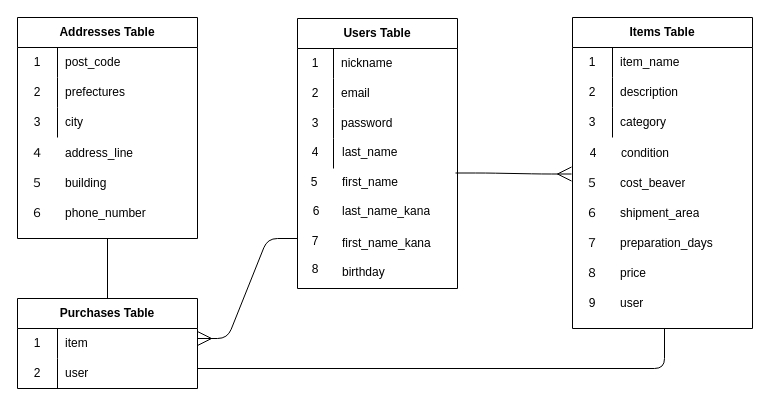
This is furima.dio from s88-y-uthishima/furima-32038, a draw.io file, before an edit. Source tidied: cells renumbered, new cells numbered last; positions are measured from the earlier drawing's top-left corner, leaving out a move shared by most shapes. Both pictures are drawn from the tidied source at 100%, with x=0, y=0 at pixel (17, 17).
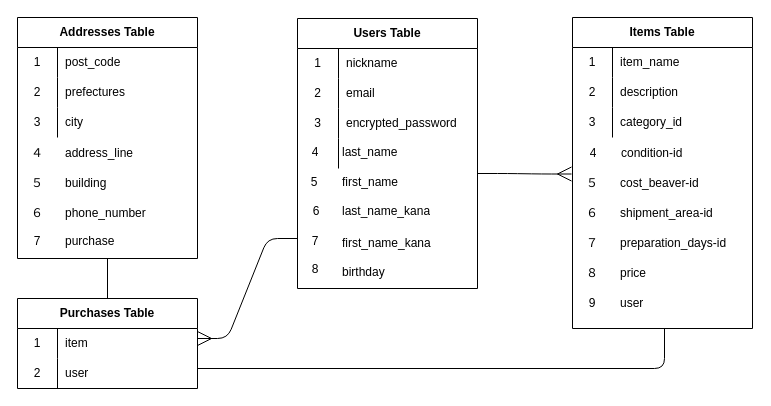
After the change.

Unchanged cells that the change refers to:
```xml
<mxCell id="32" style="shape=partialRectangle;html=1;whiteSpace=wrap;fillColor=none;top=0;left=0;bottom=0;right=0;" parent="25" vertex="1">
  <mxGeometry y="90" width="180" height="30" as="geometry" />
</mxCell>
<mxCell id="45" value="Purchases Table" style="shape=table;html=1;whiteSpace=wrap;startSize=30;childLayout=tableLayout;rowLines=0;fontStyle=1;align=center;" parent="1" vertex="1">
  <mxGeometry y="281" width="180" height="90" as="geometry" />
</mxCell>
<mxCell id="61" style="shape=partialRectangle;html=1;whiteSpace=wrap;fillColor=none;top=0;left=0;bottom=0;right=0;" parent="1" vertex="1">
  <mxGeometry x="556" y="121" width="180" height="30" as="geometry" />
</mxCell>
<mxCell id="64" style="shape=partialRectangle;html=1;whiteSpace=wrap;fillColor=none;top=0;left=0;bottom=0;right=0;" parent="1" vertex="1">
  <mxGeometry x="555" y="151" width="180" height="30" as="geometry" />
</mxCell>
<mxCell id="67" style="shape=partialRectangle;html=1;whiteSpace=wrap;fillColor=none;top=0;left=0;bottom=0;right=0;" parent="1" vertex="1">
  <mxGeometry x="555" y="181" width="180" height="30" as="geometry" />
</mxCell>
<mxCell id="70" style="shape=partialRectangle;html=1;whiteSpace=wrap;fillColor=none;top=0;left=0;bottom=0;right=0;" parent="1" vertex="1">
  <mxGeometry x="555" y="211" width="180" height="30" as="geometry" />
</mxCell>
```

Diff of the diagram source:
```diff
@@
     <mxCell id="6" value="Users Table" style="shape=table;html=1;whiteSpace=wrap;startSize=30;childLayout=tableLayout;rowLines=0;fontStyle=1;align=center;" parent="1" vertex="1">
-      <mxGeometry x="280" y="1" width="160" height="270" as="geometry" />
+      <mxGeometry x="280" y="1" width="180" height="270" as="geometry" />
     </mxCell>
     <mxCell id="7" style="shape=partialRectangle;html=1;whiteSpace=wrap;fillColor=none;top=0;left=0;bottom=1;right=0;strokeColor=none;" parent="6" vertex="1">
-      <mxGeometry y="30" width="160" height="30" as="geometry" />
+      <mxGeometry y="30" width="180" height="30" as="geometry" />
     </mxCell>
     <mxCell id="8" value="1" style="shape=partialRectangle;html=1;whiteSpace=wrap;fillColor=none;top=0;left=0;bottom=0;right=0;overflow=hidden;strokeColor=none;" parent="7" vertex="1">
-      <mxGeometry width="36" height="30" as="geometry" />
+      <mxGeometry width="41" height="30" as="geometry" />
     </mxCell>
     <mxCell id="9" value="nickname" style="shape=partialRectangle;html=1;whiteSpace=wrap;fillColor=none;top=0;left=0;bottom=0;right=0;align=left;spacingLeft=6;overflow=hidden;strokeColor=none;" parent="7" vertex="1">
-      <mxGeometry x="36" width="124" height="30" as="geometry" />
+      <mxGeometry x="41" width="139" height="30" as="geometry" />
     </mxCell>
     <mxCell id="10" style="shape=partialRectangle;html=1;whiteSpace=wrap;fillColor=none;top=0;left=0;bottom=0;right=0;" parent="6" vertex="1">
-      <mxGeometry y="60" width="160" height="30" as="geometry" />
+      <mxGeometry y="60" width="180" height="30" as="geometry" />
     </mxCell>
     <mxCell id="11" value="2" style="shape=partialRectangle;html=1;whiteSpace=wrap;fillColor=none;top=0;left=0;bottom=0;right=0;overflow=hidden;" parent="10" vertex="1">
-      <mxGeometry width="36" height="30" as="geometry" />
+      <mxGeometry width="41" height="30" as="geometry" />
     </mxCell>
     <mxCell id="12" value="email" style="shape=partialRectangle;html=1;whiteSpace=wrap;fillColor=none;top=0;left=0;bottom=0;right=0;align=left;spacingLeft=6;overflow=hidden;" parent="10" vertex="1">
-      <mxGeometry x="36" width="124" height="30" as="geometry" />
+      <mxGeometry x="41" width="139" height="30" as="geometry" />
     </mxCell>
     <mxCell id="13" style="shape=partialRectangle;html=1;whiteSpace=wrap;fillColor=none;top=0;left=0;bottom=0;right=0;" parent="6" vertex="1">
-      <mxGeometry y="90" width="160" height="30" as="geometry" />
+      <mxGeometry y="90" width="180" height="30" as="geometry" />
     </mxCell>
     <mxCell id="14" value="3" style="shape=partialRectangle;html=1;whiteSpace=wrap;fillColor=none;top=0;left=0;bottom=0;right=0;overflow=hidden;" parent="13" vertex="1">
-      <mxGeometry width="36" height="30" as="geometry" />
+      <mxGeometry width="41" height="30" as="geometry" />
     </mxCell>
-    <mxCell id="15" value="password" style="shape=partialRectangle;html=1;whiteSpace=wrap;fillColor=none;top=0;left=0;bottom=0;right=0;align=left;spacingLeft=6;overflow=hidden;" parent="13" vertex="1">
-      <mxGeometry x="36" width="124" height="30" as="geometry" />
+    <mxCell id="15" value="encrypted_password" style="shape=partialRectangle;html=1;whiteSpace=wrap;fillColor=none;top=0;left=0;bottom=0;right=0;align=left;spacingLeft=6;overflow=hidden;" parent="13" vertex="1">
+      <mxGeometry x="41" width="139" height="30" as="geometry" />
     </mxCell>
     <mxCell id="16" style="shape=partialRectangle;html=1;whiteSpace=wrap;fillColor=none;top=0;left=0;bottom=0;right=0;" parent="6" vertex="1">
-      <mxGeometry y="120" width="160" height="30" as="geometry" />
+      <mxGeometry y="120" width="180" height="30" as="geometry" />
     </mxCell>
     <mxCell id="17" style="shape=partialRectangle;html=1;whiteSpace=wrap;fillColor=none;top=0;left=0;bottom=0;right=0;overflow=hidden;" parent="16" vertex="1">
-      <mxGeometry width="36" height="30" as="geometry" />
+      <mxGeometry width="41" height="30" as="geometry" />
     </mxCell>
     <mxCell id="18" style="shape=partialRectangle;html=1;whiteSpace=wrap;fillColor=none;top=0;left=0;bottom=0;right=0;align=left;spacingLeft=6;overflow=hidden;" parent="16" vertex="1">
-      <mxGeometry x="36" width="124" height="30" as="geometry" />
+      <mxGeometry x="41" width="139" height="30" as="geometry" />
     </mxCell>
@@
-    <mxCell id="34" value="category" style="shape=partialRectangle;html=1;whiteSpace=wrap;fillColor=none;top=0;left=0;bottom=0;right=0;align=left;spacingLeft=6;overflow=hidden;" parent="32" vertex="1">
+    <mxCell id="34" value="category_id" style="shape=partialRectangle;html=1;whiteSpace=wrap;fillColor=none;top=0;left=0;bottom=0;right=0;align=left;spacingLeft=6;overflow=hidden;" parent="32" vertex="1">
       <mxGeometry x="40" width="140" height="30" as="geometry" />
     </mxCell>
     <mxCell id="35" value="Addresses Table" style="shape=table;html=1;whiteSpace=wrap;startSize=30;childLayout=tableLayout;rowLines=0;fontStyle=1;align=center;" parent="1" vertex="1">
-      <mxGeometry width="180" height="221" as="geometry" />
+      <mxGeometry width="180" height="241" as="geometry" />
     </mxCell>
@@
-    <mxCell id="63" value="condition" style="shape=partialRectangle;html=1;whiteSpace=wrap;fillColor=none;top=0;left=0;bottom=0;right=0;align=left;spacingLeft=6;overflow=hidden;" parent="61" vertex="1">
+    <mxCell id="63" value="condition-id" style="shape=partialRectangle;html=1;whiteSpace=wrap;fillColor=none;top=0;left=0;bottom=0;right=0;align=left;spacingLeft=6;overflow=hidden;" parent="61" vertex="1">
       <mxGeometry x="40" width="140" height="30" as="geometry" />
     </mxCell>
@@
-    <mxCell id="66" value="cost_beaver" style="shape=partialRectangle;html=1;whiteSpace=wrap;fillColor=none;top=0;left=0;bottom=0;right=0;align=left;spacingLeft=6;overflow=hidden;" parent="64" vertex="1">
+    <mxCell id="66" value="cost_beaver-id" style="shape=partialRectangle;html=1;whiteSpace=wrap;fillColor=none;top=0;left=0;bottom=0;right=0;align=left;spacingLeft=6;overflow=hidden;" parent="64" vertex="1">
       <mxGeometry x="40" width="140" height="30" as="geometry" />
     </mxCell>
@@
-    <mxCell id="69" value="shipment_area" style="shape=partialRectangle;html=1;whiteSpace=wrap;fillColor=none;top=0;left=0;bottom=0;right=0;align=left;spacingLeft=6;overflow=hidden;" parent="67" vertex="1">
+    <mxCell id="69" value="shipment_area-id" style="shape=partialRectangle;html=1;whiteSpace=wrap;fillColor=none;top=0;left=0;bottom=0;right=0;align=left;spacingLeft=6;overflow=hidden;" parent="67" vertex="1">
       <mxGeometry x="40" width="140" height="30" as="geometry" />
     </mxCell>
@@
-    <mxCell id="72" value="preparation_days" style="shape=partialRectangle;html=1;whiteSpace=wrap;fillColor=none;top=0;left=0;bottom=0;right=0;align=left;spacingLeft=6;overflow=hidden;" parent="70" vertex="1">
+    <mxCell id="72" value="preparation_days-id" style="shape=partialRectangle;html=1;whiteSpace=wrap;fillColor=none;top=0;left=0;bottom=0;right=0;align=left;spacingLeft=6;overflow=hidden;" parent="70" vertex="1">
       <mxGeometry x="40" width="140" height="30" as="geometry" />
     </mxCell>
@@
     <mxCell id="76" style="edgeStyle=entityRelationEdgeStyle;fontSize=12;html=1;endArrow=ERmany;startArrow=none;entryX=-0.022;entryY=0.733;entryDx=0;entryDy=0;entryPerimeter=0;endFill=0;startFill=0;strokeWidth=1;endSize=12;startSize=12;" parent="1" edge="1">
       <mxGeometry relative="1" as="geometry">
-        <mxPoint x="438" y="155.5" as="sourcePoint" />
+        <mxPoint x="460" y="156" as="sourcePoint" />
         <mxPoint x="554" y="156.5" as="targetPoint" />
       </mxGeometry>
     </mxCell>
@@
-    <mxCell id="78" style="line;strokeWidth=1;direction=south;html=1;" parent="1" vertex="1">
-      <mxGeometry x="85" y="221" width="10" height="60" as="geometry" />
-    </mxCell>
@@
+    <mxCell id="83" style="shape=partialRectangle;html=1;whiteSpace=wrap;fillColor=none;top=0;left=0;bottom=1;right=0;strokeColor=none;" parent="1" vertex="1">
+      <mxGeometry y="209" width="180" height="30" as="geometry" />
+    </mxCell>
+    <mxCell id="84" value="7" style="shape=partialRectangle;html=1;whiteSpace=wrap;fillColor=none;top=0;left=0;bottom=0;right=0;overflow=hidden;" parent="83" vertex="1">
+      <mxGeometry width="40" height="30" as="geometry" />
+    </mxCell>
+    <mxCell id="85" value="purchase" style="shape=partialRectangle;html=1;whiteSpace=wrap;fillColor=none;top=0;left=0;bottom=0;right=0;align=left;spacingLeft=6;overflow=hidden;" parent="83" vertex="1">
+      <mxGeometry x="40" width="140" height="30" as="geometry" />
+    </mxCell>
+    <mxCell id="86" style="endArrow=none;html=1;strokeWidth=1;exitX=0.5;exitY=0;exitDx=0;exitDy=0;" parent="1" edge="1" source="45">
+      <mxGeometry relative="1" as="geometry">
+        <mxPoint x="90" y="241" as="targetPoint" />
+      </mxGeometry>
+    </mxCell>
```
